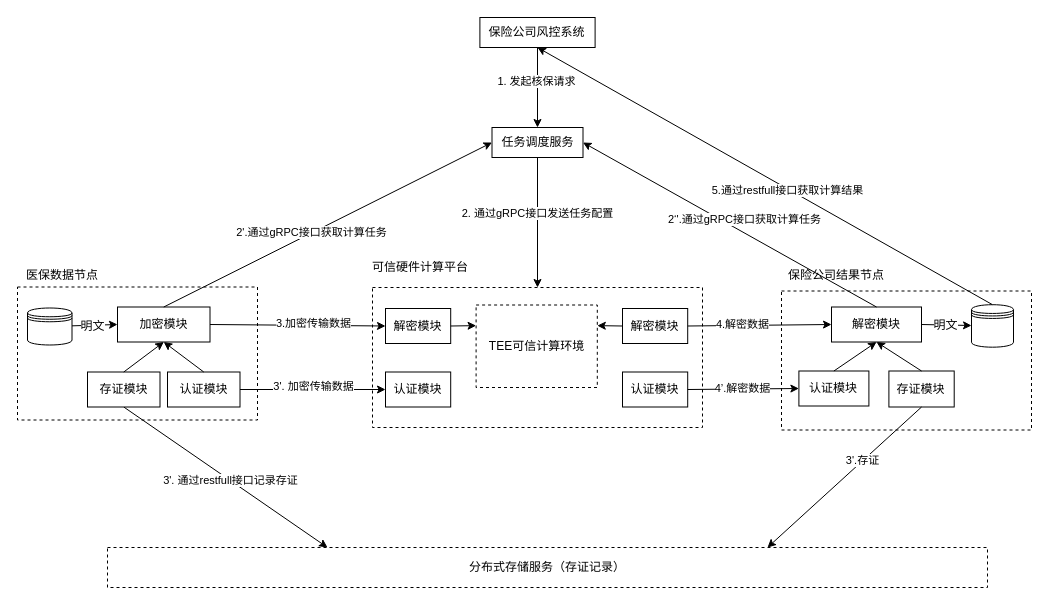
Before: tee.drawio in yankaili2006/drawing_io, a draw.io diagram. Source tidied: cells renumbered, new cells numbered last; positions are measured from the earlier drawing's top-left corner, leaving out a move shared by most shapes. Both pictures are drawn from the tidied source at 100%, with x=0, y=0 at pixel (17, 17).
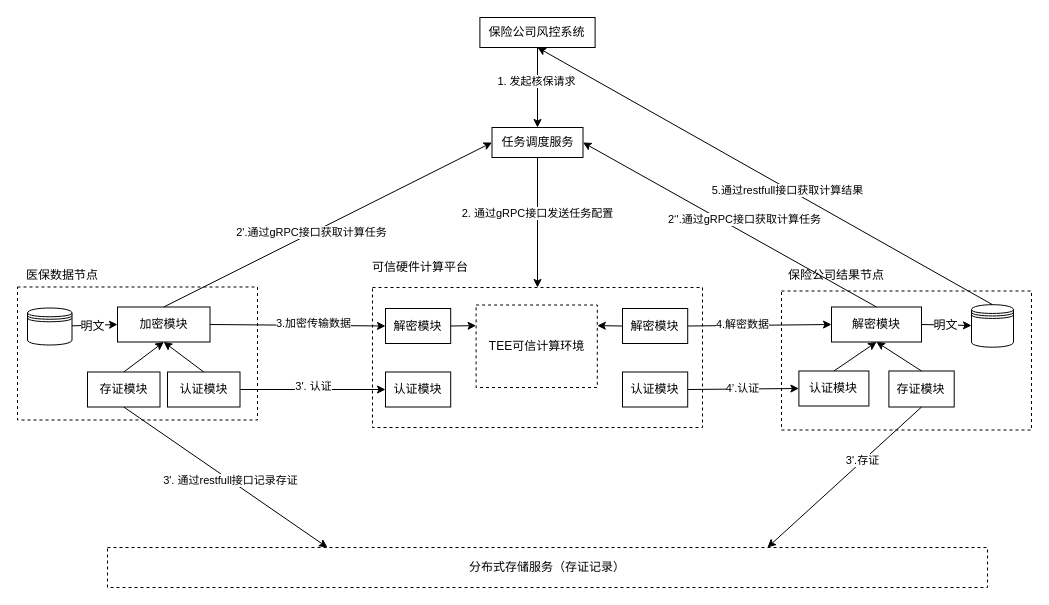
Above is the later version.

Unchanged cells that the change refers to:
```xml
<mxCell id="43" style="endArrow=classic;html=1;exitX=1;exitY=0.5;exitDx=0;exitDy=0;entryX=0;entryY=0.5;entryDx=0;entryDy=0;" parent="1" edge="1" source="37" target="38">
  <mxGeometry relative="1" as="geometry" />
</mxCell>
<mxCell id="52" style="endArrow=classic;html=1;entryX=0;entryY=0.5;entryDx=0;entryDy=0;exitX=1;exitY=0.5;exitDx=0;exitDy=0;" parent="1" edge="1" source="41" target="39">
  <mxGeometry relative="1" as="geometry" />
</mxCell>
```

What changed in the source:
```diff
@@
-    <mxCell id="44" value="3'. 加密传输数据" style="edgeLabel;html=1;align=center;verticalAlign=middle;" parent="43" vertex="1">
+    <mxCell id="44" value="3'. 认证" style="edgeLabel;html=1;align=center;verticalAlign=middle;" parent="43" vertex="1">
       <mxGeometry x="-0.31" y="4" relative="1" as="geometry">
         <mxPoint x="23" as="offset" />
       </mxGeometry>
     </mxCell>
@@
-    <mxCell id="53" value="4’.解密数据" style="edgeLabel;html=1;align=center;verticalAlign=middle;" parent="52" vertex="1">
+    <mxCell id="53" value="4’.认证" style="edgeLabel;html=1;align=center;verticalAlign=middle;" parent="52" vertex="1">
       <mxGeometry x="-0.23" y="1" relative="1" as="geometry">
         <mxPoint x="11" as="offset" />
       </mxGeometry>
     </mxCell>
```
